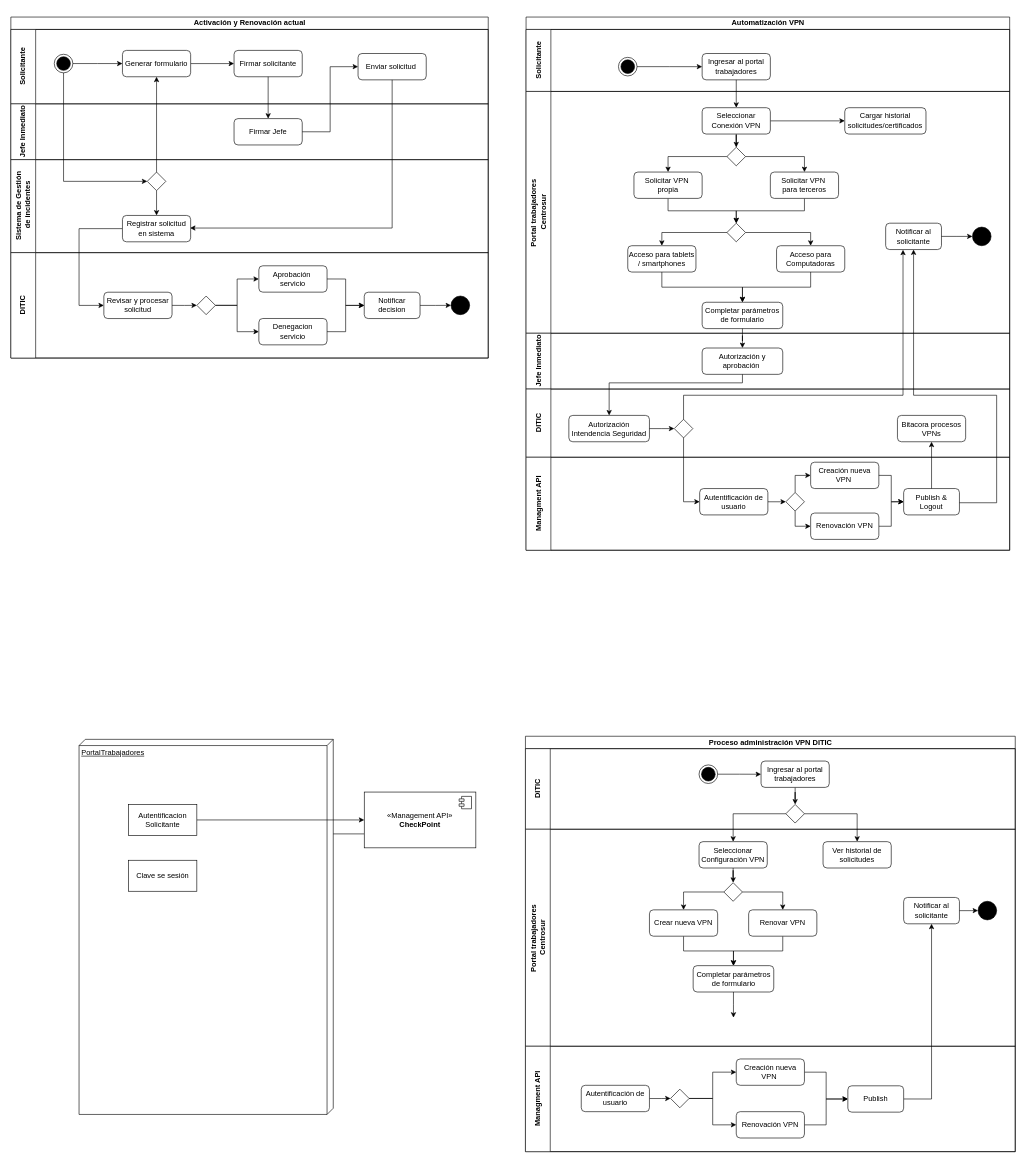
Above: automatizacion-VPN.drawio in bboythian/centrosur-pasantia (draw.io), before the change. Source tidied: cells renumbered, new cells numbered last; positions are measured from the earlier drawing's top-left corner, leaving out a move shared by most shapes. Both pictures are drawn from the tidied source at 62%, with x=0, y=0 at pixel (11, 17).
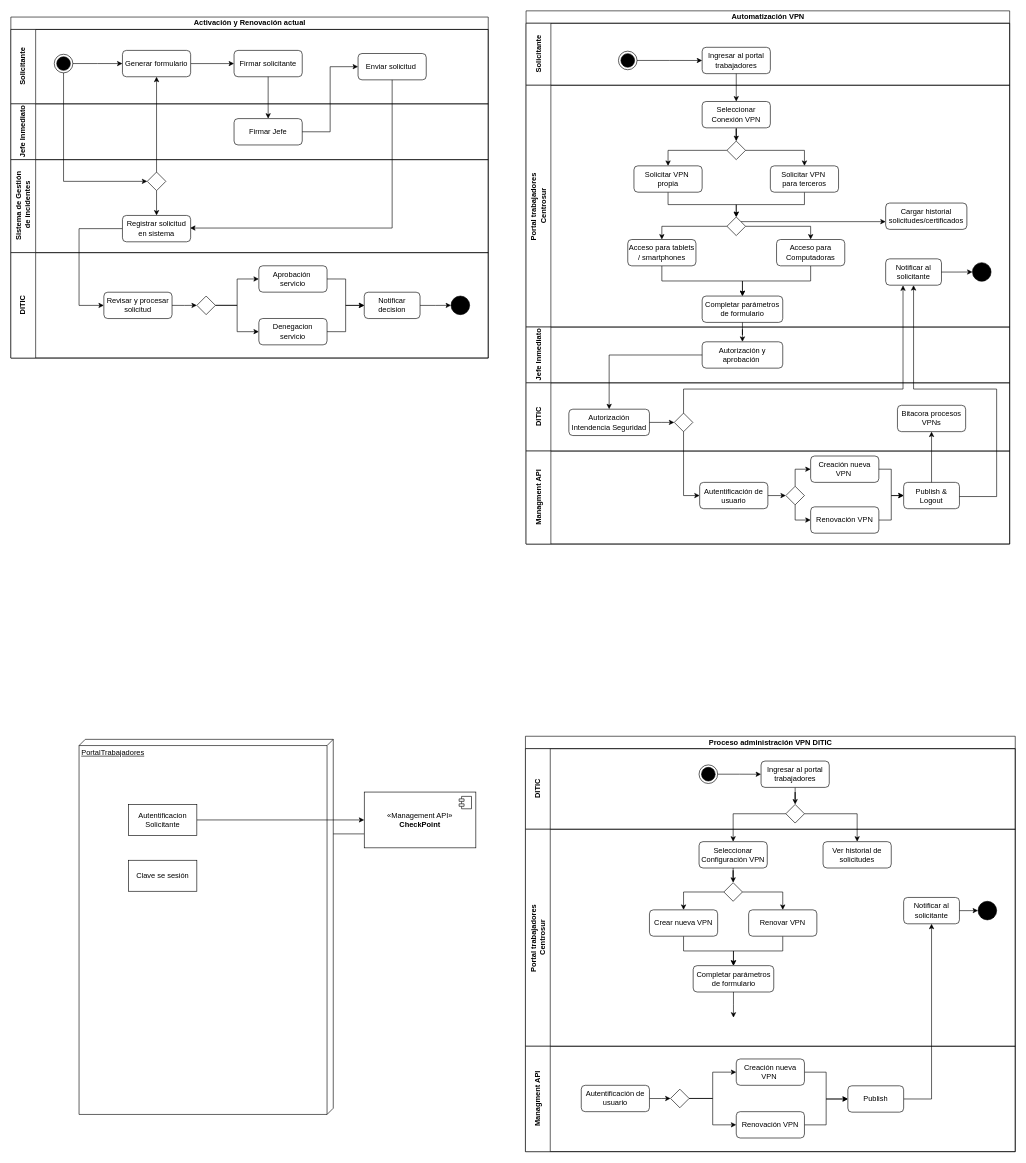
The same page after the edit.

The change refers to these unchanged cells:
```xml
<mxCell id="40" value="Portal trabajadores&amp;nbsp;&lt;div&gt;Centrosur&lt;/div&gt;" style="swimlane;startSize=40;horizontal=0;html=1;" parent="35" vertex="1">
  <mxGeometry y="120" width="780" height="390" as="geometry" />
</mxCell>
<mxCell id="54" value="Seleccionar Conexión VPN" style="rounded=1;whiteSpace=wrap;html=1;" parent="40" vertex="1">
  <mxGeometry x="284" y="26.2" width="110" height="42.5" as="geometry" />
</mxCell>
<mxCell id="62" style="rhombus;" parent="40" vertex="1">
  <mxGeometry x="324" y="212.5" width="30" height="30" as="geometry" />
</mxCell>
<mxCell id="64" value="Autorización y aprobación&amp;nbsp;" style="rounded=1;whiteSpace=wrap;html=1;" parent="63" vertex="1">
  <mxGeometry x="284" y="23.8" width="130" height="42.5" as="geometry" />
</mxCell>
<mxCell id="66" value="DITIC" style="swimlane;startSize=40;horizontal=0;html=1;" parent="35" vertex="1">
  <mxGeometry y="600" width="780" height="110" as="geometry" />
</mxCell>
<mxCell id="69" value="Autorización Intendencia Seguridad" style="rounded=1;whiteSpace=wrap;html=1;" parent="66" vertex="1">
  <mxGeometry x="69" y="42.5" width="130" height="42.5" as="geometry" />
</mxCell>
```

The edit, as a diff of the source:
```diff
@@
     <mxCell id="35" value="Automatización VPN" style="swimlane;horizontal=1;startSize=20;html=1;" parent="1" vertex="1">
-      <mxGeometry x="831" width="780" height="860" as="geometry" />
+      <mxGeometry x="831" y="-10" width="780" height="860" as="geometry" />
     </mxCell>
@@
     <mxCell id="41" style="ellipse;fillColor=strokeColor;html=1;" parent="40" vertex="1">
-      <mxGeometry x="720" y="218.8" width="30" height="30" as="geometry" />
+      <mxGeometry x="720" y="286.2" width="30" height="30" as="geometry" />
     </mxCell>
     <mxCell id="42" value="Notificar al solicitante" style="rounded=1;whiteSpace=wrap;html=1;" parent="40" vertex="1">
-      <mxGeometry x="580" y="212.5" width="90" height="42.5" as="geometry" />
+      <mxGeometry x="580" y="280" width="90" height="42.5" as="geometry" />
     </mxCell>
@@
-    <mxCell id="53" style="edgeStyle=orthogonalEdgeStyle;rounded=0;jettySize=auto;html=1;" parent="40" edge="1" source="54" target="55">
-      <mxGeometry relative="1" as="geometry" />
+    <mxCell id="53" style="edgeStyle=orthogonalEdgeStyle;rounded=0;jettySize=auto;html=1;exitX=1;exitY=0;exitDx=0;exitDy=0;" parent="40" edge="1" source="62" target="55">
+      <mxGeometry relative="1" as="geometry">
+        <Array as="points">
+          <mxPoint x="459" y="220" />
+          <mxPoint x="459" y="220" />
+        </Array>
+      </mxGeometry>
     </mxCell>
@@
     <mxCell id="55" value="Cargar historial solicitudes/certificados" style="rounded=1;whiteSpace=wrap;html=1;" parent="40" vertex="1">
-      <mxGeometry x="514" y="26.2" width="131" height="42.5" as="geometry" />
+      <mxGeometry x="580" y="190" width="131" height="42.5" as="geometry" />
     </mxCell>
@@
     <mxCell id="68" value="Bitacora procesos VPNs" style="rounded=1;whiteSpace=wrap;html=1;" parent="66" vertex="1">
-      <mxGeometry x="599" y="42.5" width="110" height="42.5" as="geometry" />
+      <mxGeometry x="599" y="36.2" width="110" height="42.5" as="geometry" />
     </mxCell>
@@
-    <mxCell id="85" style="edgeStyle=orthogonalEdgeStyle;rounded=0;jettySize=auto;html=1;entryX=0.5;entryY=0;entryDx=0;entryDy=0;exitX=0.5;exitY=1;exitDx=0;exitDy=0;" parent="35" edge="1" source="64" target="69">
+    <mxCell id="85" style="edgeStyle=orthogonalEdgeStyle;rounded=0;jettySize=auto;html=1;entryX=0.5;entryY=0;entryDx=0;entryDy=0;exitX=0;exitY=0.5;exitDx=0;exitDy=0;" parent="35" edge="1" source="64" target="69">
       <mxGeometry relative="1" as="geometry">
         <Array as="points">
-          <mxPoint x="349" y="590" />
-          <mxPoint x="134" y="590" />
+          <mxPoint x="134" y="555" />
         </Array>
       </mxGeometry>
     </mxCell>
```
